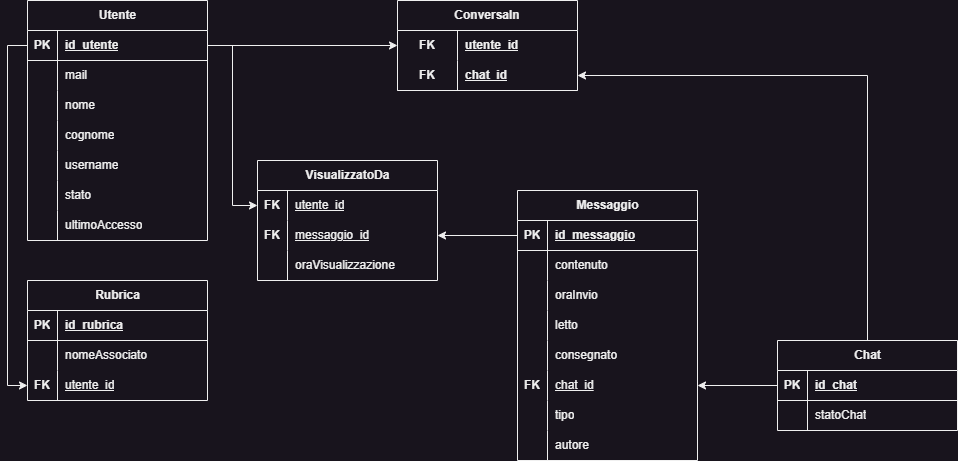
The draw.io diagram Readme/SchemaRelazionale.png in FanteyOfficial/ProgettoQuintaInformatica, before a commit. Source tidied: cells renumbered, new cells last; positions are measured from the earlier drawing's top-left corner, leaving out a move shared by most shapes.
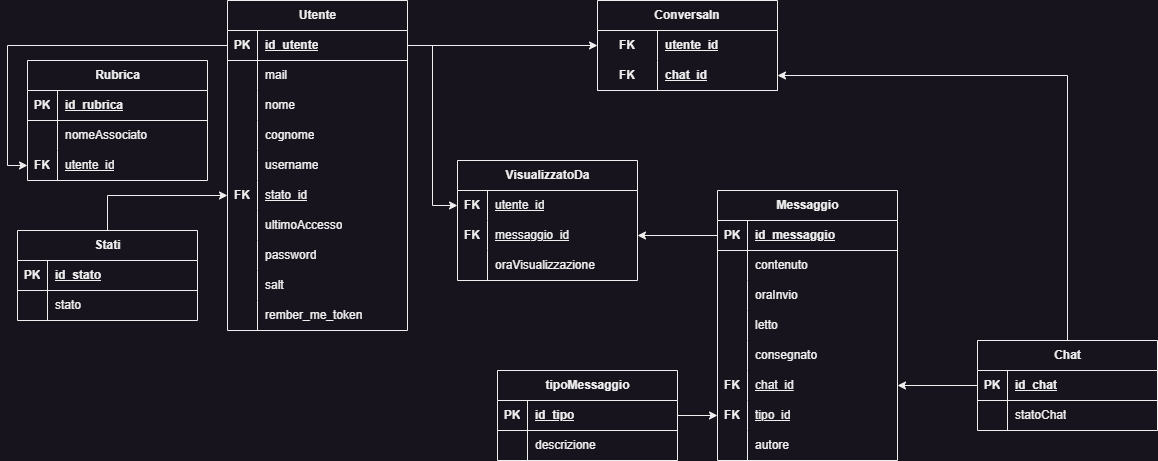
Later version of the same file.

Change to the diagram source:
```diff
@@ -3,7 +3,7 @@
     <mxCell id="0" />
     <mxCell id="1" parent="0" />
     <mxCell id="2" value="Utente" style="shape=table;startSize=30;rowLines=0;fontStyle=1;align=center;html=1;" parent="1" vertex="1">
-      <mxGeometry width="180" height="240" as="geometry" />
+      <mxGeometry width="180" height="330" as="geometry" />
     </mxCell>
     <mxCell id="3" style="shape=tableRow;horizontal=0;startSize=0;swimlaneHead=0;swimlaneBody=0;fillColor=none;points=[[0,0.5],[1,0.5]];portConstraint=eastwest;top=0;left=0;right=0;bottom=1;" parent="2" vertex="1">
       <mxGeometry y="30" width="180" height="30" as="geometry" />
@@ -53,10 +53,10 @@
     <mxCell id="18" style="shape=tableRow;horizontal=0;startSize=0;swimlaneHead=0;swimlaneBody=0;fillColor=none;points=[[0,0.5],[1,0.5]];portConstraint=eastwest;top=0;left=0;right=0;bottom=0;" parent="2" vertex="1">
       <mxGeometry y="180" width="180" height="30" as="geometry" />
     </mxCell>
-    <mxCell id="19" style="shape=partialRectangle;fillColor=none;top=0;left=0;bottom=0;right=0;overflow=hidden;whiteSpace=wrap;html=1;" parent="18" vertex="1">
+    <mxCell id="19" value="&lt;b&gt;FK&lt;/b&gt;" style="shape=partialRectangle;fillColor=none;top=0;left=0;bottom=0;right=0;overflow=hidden;whiteSpace=wrap;html=1;" parent="18" vertex="1">
       <mxGeometry width="30" height="30" as="geometry" />
     </mxCell>
-    <mxCell id="20" value="stato" style="shape=partialRectangle;fillColor=none;top=0;left=0;bottom=0;right=0;align=left;spacingLeft=6;overflow=hidden;whiteSpace=wrap;html=1;" parent="18" vertex="1">
+    <mxCell id="20" value="&lt;u&gt;stato_id&lt;/u&gt;" style="shape=partialRectangle;fillColor=none;top=0;left=0;bottom=0;right=0;align=left;spacingLeft=6;overflow=hidden;whiteSpace=wrap;html=1;" parent="18" vertex="1">
       <mxGeometry x="30" width="150" height="30" as="geometry" />
     </mxCell>
     <mxCell id="21" style="shape=tableRow;horizontal=0;startSize=0;swimlaneHead=0;swimlaneBody=0;fillColor=none;top=0;left=0;right=0;bottom=0;" parent="2" vertex="1">
@@ -68,6 +68,33 @@
     <mxCell id="23" value="ultimoAccesso" style="shape=partialRectangle;fillColor=none;top=0;left=0;bottom=0;right=0;align=left;spacingLeft=6;overflow=hidden;whiteSpace=wrap;html=1;" parent="21" vertex="1">
       <mxGeometry x="30" width="150" height="30" as="geometry" />
     </mxCell>
+    <mxCell id="89" style="shape=tableRow;horizontal=0;startSize=0;swimlaneHead=0;swimlaneBody=0;fillColor=none;top=0;left=0;right=0;bottom=0;" parent="2" vertex="1">
+      <mxGeometry y="240" width="180" height="30" as="geometry" />
+    </mxCell>
+    <mxCell id="90" style="shape=partialRectangle;fillColor=none;top=0;left=0;bottom=0;right=0;overflow=hidden;whiteSpace=wrap;html=1;" parent="89" vertex="1">
+      <mxGeometry width="30" height="30" as="geometry" />
+    </mxCell>
+    <mxCell id="91" value="password" style="shape=partialRectangle;fillColor=none;top=0;left=0;bottom=0;right=0;align=left;spacingLeft=6;overflow=hidden;whiteSpace=wrap;html=1;" parent="89" vertex="1">
+      <mxGeometry x="30" width="150" height="30" as="geometry" />
+    </mxCell>
+    <mxCell id="92" style="shape=tableRow;horizontal=0;startSize=0;swimlaneHead=0;swimlaneBody=0;fillColor=none;top=0;left=0;right=0;bottom=0;" parent="2" vertex="1">
+      <mxGeometry y="270" width="180" height="30" as="geometry" />
+    </mxCell>
+    <mxCell id="93" style="shape=partialRectangle;fillColor=none;top=0;left=0;bottom=0;right=0;overflow=hidden;whiteSpace=wrap;html=1;" parent="92" vertex="1">
+      <mxGeometry width="30" height="30" as="geometry" />
+    </mxCell>
+    <mxCell id="94" value="salt" style="shape=partialRectangle;fillColor=none;top=0;left=0;bottom=0;right=0;align=left;spacingLeft=6;overflow=hidden;whiteSpace=wrap;html=1;" parent="92" vertex="1">
+      <mxGeometry x="30" width="150" height="30" as="geometry" />
+    </mxCell>
+    <mxCell id="95" style="shape=tableRow;horizontal=0;startSize=0;swimlaneHead=0;swimlaneBody=0;fillColor=none;top=0;left=0;right=0;bottom=0;" parent="2" vertex="1">
+      <mxGeometry y="300" width="180" height="30" as="geometry" />
+    </mxCell>
+    <mxCell id="96" style="shape=partialRectangle;fillColor=none;top=0;left=0;bottom=0;right=0;overflow=hidden;whiteSpace=wrap;html=1;" parent="95" vertex="1">
+      <mxGeometry width="30" height="30" as="geometry" />
+    </mxCell>
+    <mxCell id="97" value="rember_me_token" style="shape=partialRectangle;fillColor=none;top=0;left=0;bottom=0;right=0;align=left;spacingLeft=6;overflow=hidden;whiteSpace=wrap;html=1;" parent="95" vertex="1">
+      <mxGeometry x="30" width="150" height="30" as="geometry" />
+    </mxCell>
     <mxCell id="24" value="ConversaIn" style="shape=table;startSize=30;rowLines=0;fontStyle=1;align=center;html=1;whiteSpace=wrap;" parent="1" vertex="1">
       <mxGeometry x="370" width="180" height="90" as="geometry" />
     </mxCell>
@@ -203,10 +230,10 @@
     <mxCell id="68" style="shape=tableRow;horizontal=0;startSize=0;swimlaneHead=0;swimlaneBody=0;fillColor=none;points=[[0,0.5],[1,0.5]];portConstraint=eastwest;top=0;left=0;right=0;bottom=0;" parent="49" vertex="1">
       <mxGeometry y="210" width="180" height="30" as="geometry" />
     </mxCell>
-    <mxCell id="69" style="shape=partialRectangle;fillColor=none;top=0;left=0;bottom=0;right=0;overflow=hidden;whiteSpace=wrap;html=1;" parent="68" vertex="1">
+    <mxCell id="69" value="&lt;b&gt;FK&lt;/b&gt;" style="shape=partialRectangle;fillColor=none;top=0;left=0;bottom=0;right=0;overflow=hidden;whiteSpace=wrap;html=1;" parent="68" vertex="1">
       <mxGeometry width="30" height="30" as="geometry" />
     </mxCell>
-    <mxCell id="70" value="tipo" style="shape=partialRectangle;fillColor=none;top=0;left=0;bottom=0;right=0;align=left;spacingLeft=6;overflow=hidden;whiteSpace=wrap;html=1;" parent="68" vertex="1">
+    <mxCell id="70" value="&lt;u&gt;tipo_id&lt;/u&gt;" style="shape=partialRectangle;fillColor=none;top=0;left=0;bottom=0;right=0;align=left;spacingLeft=6;overflow=hidden;whiteSpace=wrap;html=1;" parent="68" vertex="1">
       <mxGeometry x="30" width="150" height="30" as="geometry" />
     </mxCell>
     <mxCell id="71" style="shape=tableRow;horizontal=0;startSize=0;swimlaneHead=0;swimlaneBody=0;fillColor=none;top=0;left=0;right=0;bottom=0;" parent="49" vertex="1">
@@ -219,7 +246,7 @@
       <mxGeometry x="30" width="150" height="30" as="geometry" />
     </mxCell>
     <mxCell id="74" value="Rubrica" style="shape=table;startSize=30;rowLines=0;fontStyle=1;align=center;html=1;" parent="1" vertex="1">
-      <mxGeometry y="280" width="180" height="120" as="geometry" />
+      <mxGeometry x="-200" y="60" width="180" height="120" as="geometry" />
     </mxCell>
     <mxCell id="75" style="shape=tableRow;horizontal=0;startSize=0;swimlaneHead=0;swimlaneBody=0;fillColor=none;top=0;left=0;right=0;bottom=1;" parent="74" vertex="1">
       <mxGeometry y="30" width="180" height="30" as="geometry" />
@@ -263,5 +290,53 @@
     <mxCell id="88" style="edgeStyle=orthogonalEdgeStyle;rounded=0;jettySize=auto;html=1;entryX=0;entryY=0.5;entryDx=0;entryDy=0;" parent="1" edge="1" source="3" target="81">
       <mxGeometry relative="1" as="geometry" />
     </mxCell>
+    <mxCell id="98" style="edgeStyle=orthogonalEdgeStyle;rounded=0;jettySize=auto;html=1;" parent="1" edge="1" source="99" target="18">
+      <mxGeometry relative="1" as="geometry" />
+    </mxCell>
+    <mxCell id="99" value="Stati" style="shape=table;startSize=30;rowLines=0;fontStyle=1;align=center;html=1;" parent="1" vertex="1">
+      <mxGeometry x="-210" y="230" width="180" height="90" as="geometry" />
+    </mxCell>
+    <mxCell id="100" style="shape=tableRow;horizontal=0;startSize=0;swimlaneHead=0;swimlaneBody=0;fillColor=none;top=0;left=0;right=0;bottom=1;" parent="99" vertex="1">
+      <mxGeometry y="30" width="180" height="30" as="geometry" />
+    </mxCell>
+    <mxCell id="101" value="PK" style="shape=partialRectangle;fillColor=none;top=0;left=0;bottom=0;right=0;fontStyle=1;overflow=hidden;whiteSpace=wrap;html=1;" parent="100" vertex="1">
+      <mxGeometry width="30" height="30" as="geometry" />
+    </mxCell>
+    <mxCell id="102" value="id_stato" style="shape=partialRectangle;fillColor=none;top=0;left=0;bottom=0;right=0;align=left;spacingLeft=6;fontStyle=5;overflow=hidden;whiteSpace=wrap;html=1;" parent="100" vertex="1">
+      <mxGeometry x="30" width="150" height="30" as="geometry" />
+    </mxCell>
+    <mxCell id="103" style="shape=tableRow;horizontal=0;startSize=0;swimlaneHead=0;swimlaneBody=0;fillColor=none;top=0;left=0;right=0;bottom=0;" parent="99" vertex="1">
+      <mxGeometry y="60" width="180" height="30" as="geometry" />
+    </mxCell>
+    <mxCell id="104" style="shape=partialRectangle;fillColor=none;top=0;left=0;bottom=0;right=0;overflow=hidden;whiteSpace=wrap;html=1;" parent="103" vertex="1">
+      <mxGeometry width="30" height="30" as="geometry" />
+    </mxCell>
+    <mxCell id="105" value="stato" style="shape=partialRectangle;fillColor=none;top=0;left=0;bottom=0;right=0;align=left;spacingLeft=6;overflow=hidden;whiteSpace=wrap;html=1;" parent="103" vertex="1">
+      <mxGeometry x="30" width="150" height="30" as="geometry" />
+    </mxCell>
+    <mxCell id="106" value="tipoMessaggio" style="shape=table;startSize=30;rowLines=0;fontStyle=1;align=center;html=1;" parent="1" vertex="1">
+      <mxGeometry x="270" y="370" width="180" height="90" as="geometry" />
+    </mxCell>
+    <mxCell id="107" style="shape=tableRow;horizontal=0;startSize=0;swimlaneHead=0;swimlaneBody=0;fillColor=none;points=[[0,0.5],[1,0.5]];portConstraint=eastwest;top=0;left=0;right=0;bottom=1;" parent="106" vertex="1">
+      <mxGeometry y="30" width="180" height="30" as="geometry" />
+    </mxCell>
+    <mxCell id="108" value="PK" style="shape=partialRectangle;fillColor=none;top=0;left=0;bottom=0;right=0;fontStyle=1;overflow=hidden;whiteSpace=wrap;html=1;" parent="107" vertex="1">
+      <mxGeometry width="30" height="30" as="geometry" />
+    </mxCell>
+    <mxCell id="109" value="id_tipo" style="shape=partialRectangle;fillColor=none;top=0;left=0;bottom=0;right=0;align=left;spacingLeft=6;fontStyle=5;overflow=hidden;whiteSpace=wrap;html=1;" parent="107" vertex="1">
+      <mxGeometry x="30" width="150" height="30" as="geometry" />
+    </mxCell>
+    <mxCell id="110" style="shape=tableRow;horizontal=0;startSize=0;swimlaneHead=0;swimlaneBody=0;fillColor=none;top=0;left=0;right=0;bottom=0;" parent="106" vertex="1">
+      <mxGeometry y="60" width="180" height="30" as="geometry" />
+    </mxCell>
+    <mxCell id="111" style="shape=partialRectangle;fillColor=none;top=0;left=0;bottom=0;right=0;overflow=hidden;whiteSpace=wrap;html=1;" parent="110" vertex="1">
+      <mxGeometry width="30" height="30" as="geometry" />
+    </mxCell>
+    <mxCell id="112" value="descrizione" style="shape=partialRectangle;fillColor=none;top=0;left=0;bottom=0;right=0;align=left;spacingLeft=6;overflow=hidden;whiteSpace=wrap;html=1;" parent="110" vertex="1">
+      <mxGeometry x="30" width="150" height="30" as="geometry" />
+    </mxCell>
+    <mxCell id="113" style="edgeStyle=orthogonalEdgeStyle;rounded=0;jettySize=auto;html=1;" parent="1" edge="1" source="107" target="68">
+      <mxGeometry relative="1" as="geometry" />
+    </mxCell>
   </root>
 </mxGraphModel>
```
